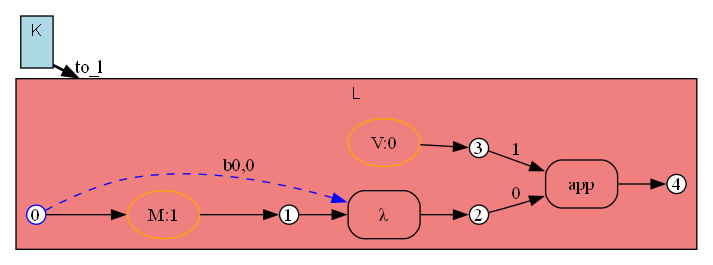
The Graphviz diagram crates/bhyp/images/test_example_beta_rule_instance_v_to_lambda_x_tx/substitution_shared_for_left_to_l.png in ammatsui/bhypvis, before a commit. Its source is kept beside it as crates/bhyp/images/test_example_beta_rule_instance_v_to_lambda_x_tx/substitution_shared_for_left_to_l.dot.
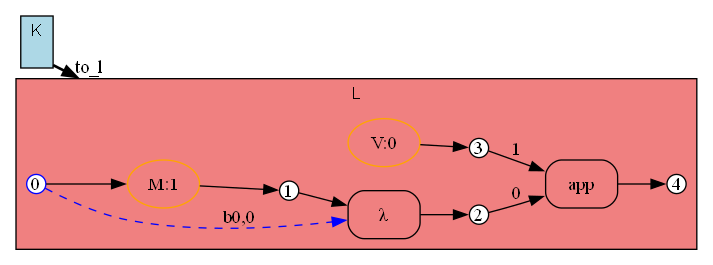
Later version of the same file.

What changed in the source:
```diff
@@ -22,24 +22,24 @@
     fontname="Helvetica";
     fontsize=12;
 
+    cod_n0 [label="0", shape=circle, style=filled, fillcolor=white, color="blue", width=0.2, height=0.2, fixedsize=true];
+    cod_n2 [label="2", shape=circle, style=filled, fillcolor=white, color="black", width=0.2, height=0.2, fixedsize=true];
+    cod_n1 [label="1", shape=circle, style=filled, fillcolor=white, color="black", width=0.2, height=0.2, fixedsize=true];
+    cod_n3 [label="3", shape=circle, style=filled, fillcolor=white, color="black", width=0.2, height=0.2, fixedsize=true];
     cod_n4 [label="4", shape=circle, style=filled, fillcolor=white, color="black", width=0.2, height=0.2, fixedsize=true];
-    cod_n1 [label="1", shape=circle, style=filled, fillcolor=white, color="black", width=0.2, height=0.2, fixedsize=true];
-    cod_n2 [label="2", shape=circle, style=filled, fillcolor=white, color="black", width=0.2, height=0.2, fixedsize=true];
-    cod_n0 [label="0", shape=circle, style=filled, fillcolor=white, color="blue", width=0.2, height=0.2, fixedsize=true];
-    cod_n3 [label="3", shape=circle, style=filled, fillcolor=white, color="black", width=0.2, height=0.2, fixedsize=true];
+    cod_e1 [label="λ", shape=box, style=rounded, color="black"];
+    cod_e0 [label="M:1", shape=ellipse, style=rounded, color="orange"];
     cod_e2 [label="V:0", shape=ellipse, style=rounded, color="orange"];
-    cod_e0 [label="M:1", shape=ellipse, style=rounded, color="orange"];
     cod_e3 [label="app", shape=box, style=rounded, color="black"];
-    cod_e1 [label="λ", shape=box, style=rounded, color="black"];
-    cod_e2 -> cod_n3 [label=""];
+    cod_n1 -> cod_e1 [label=""];
+    cod_n0 -> cod_e1 [style=dashed, color="blue", constraint=false, label="b0,0"];
+    cod_e1 -> cod_n2 [label=""];
     cod_n0 -> cod_e0 [label=""];
     cod_e0 -> cod_n1 [label=""];
+    cod_e2 -> cod_n3 [label=""];
     cod_n2 -> cod_e3 [label="0"];
     cod_n3 -> cod_e3 [label="1"];
     cod_e3 -> cod_n4 [label=""];
-    cod_n1 -> cod_e1 [label=""];
-    cod_n0 -> cod_e1 [style=dashed, color="blue", constraint=false, label="b0,0"];
-    cod_e1 -> cod_n2 [label=""];
     cod_anchor [shape=point, width=0, height=0, style=invis];
   }
 
```
